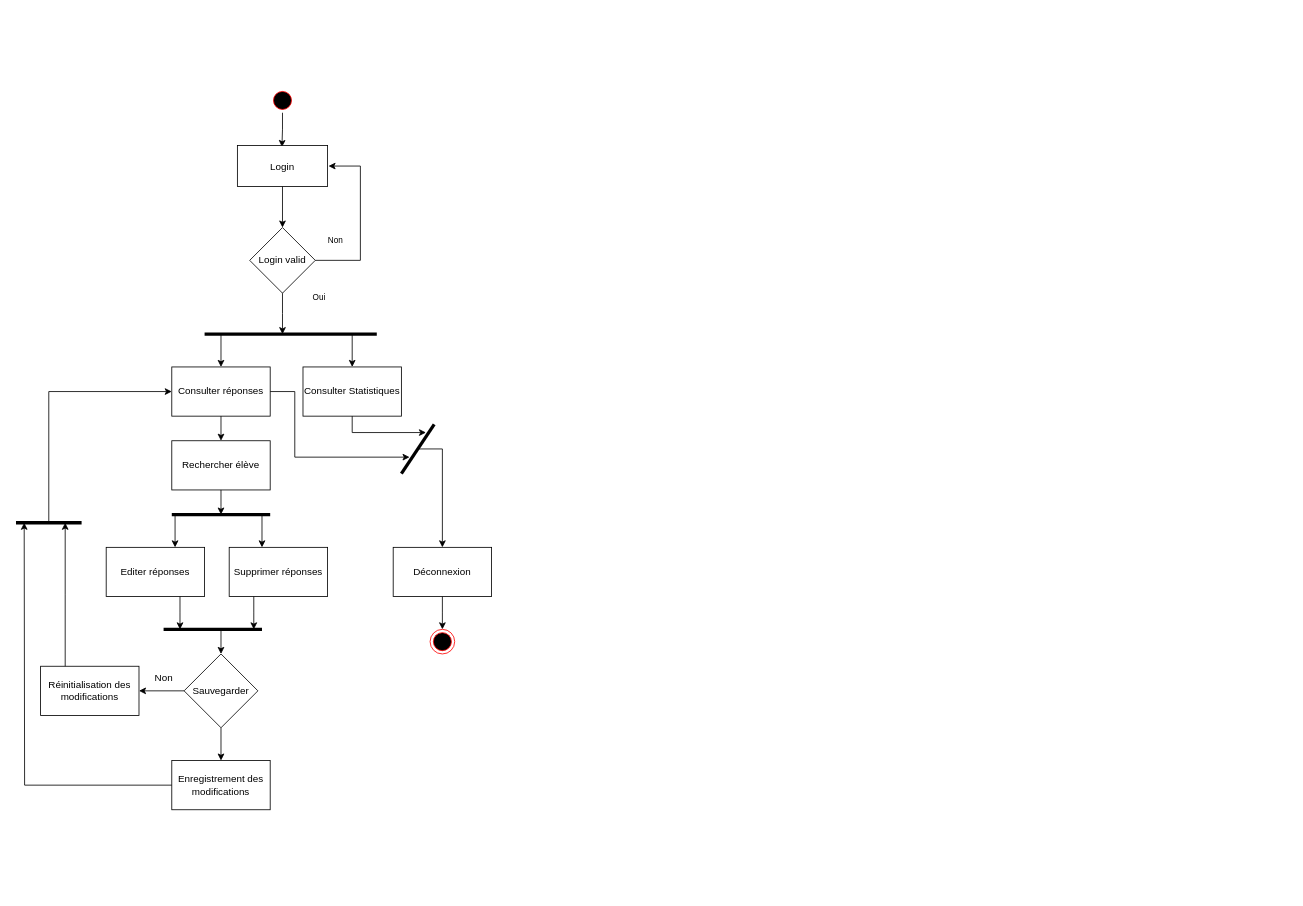
Before: DiagrameDActivite3.drawio in Devetik/Diagrammes, a draw.io diagram. Source tidied: cells renumbered, new cells numbered last; positions are measured from the earlier drawing's top-left corner, leaving out a move shared by most shapes. Both pictures are drawn from the tidied source at 82%, with x=0, y=0 at pixel (16, 88).
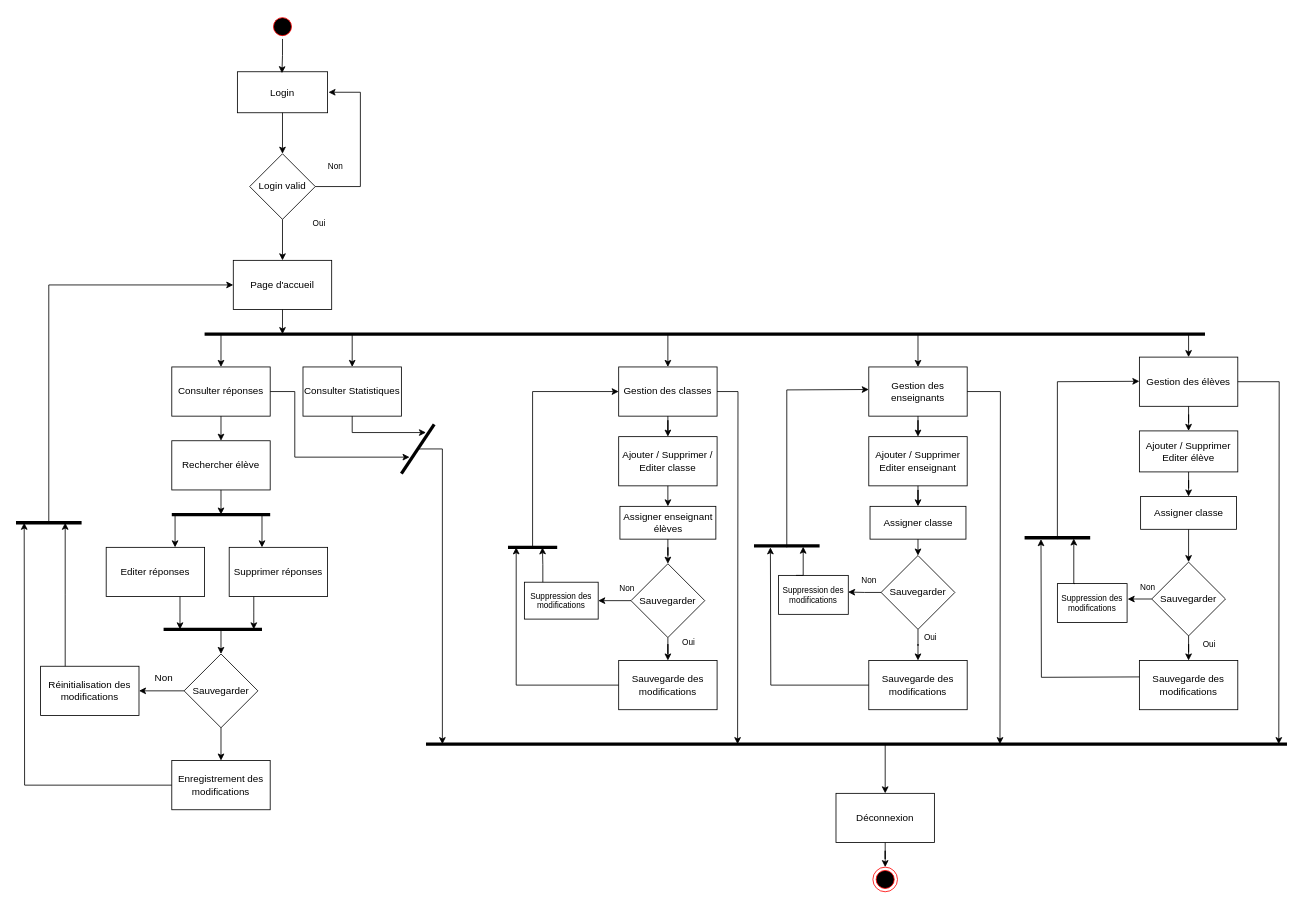
The same page after the edit.

The change refers to these unchanged cells:
```xml
<mxCell id="8" value="Consulter réponses" style="rounded=0;whiteSpace=wrap;html=1;fillColor=none;" parent="1" vertex="1">
  <mxGeometry x="190" y="340" width="120" height="60" as="geometry" />
</mxCell>
```

The edit, as a diff of the source:
```diff
@@
     <mxCell id="2" style="ellipse;shape=startState;fillColor=#000000;strokeColor=#ff0000;" parent="1" vertex="1">
-      <mxGeometry x="310" width="30" height="30" as="geometry" />
+      <mxGeometry x="310" y="-90" width="30" height="30" as="geometry" />
     </mxCell>
-    <mxCell id="3" style="edgeStyle=orthogonalEdgeStyle;rounded=0;jettySize=auto;html=1;strokeWidth=1;" parent="1" edge="1" source="4">
-      <mxGeometry relative="1" as="geometry">
-        <mxPoint x="325" y="300" as="targetPoint" />
-      </mxGeometry>
-    </mxCell>
+    <mxCell id="45" style="edgeStyle=orthogonalEdgeStyle;rounded=0;jettySize=auto;html=1;entryX=0.5;entryY=0;entryDx=0;entryDy=0;" parent="1" edge="1" source="4" target="48">
+      <mxGeometry relative="1" as="geometry" />
+    </mxCell>
     <mxCell id="4" value="Login valid" style="rhombus;whiteSpace=wrap;html=1;fontColor=default;fillColor=none;" parent="1" vertex="1">
-      <mxGeometry x="285" y="170" width="80" height="80" as="geometry" />
+      <mxGeometry x="285" y="80" width="80" height="80" as="geometry" />
     </mxCell>
     <mxCell id="5" value="&lt;font style=&quot;font-size: 10px;&quot;&gt;Non&lt;/font&gt;" style="text;html=1;strokeColor=none;fillColor=none;align=center;verticalAlign=middle;whiteSpace=wrap;rounded=0;fontColor=default;" parent="1" vertex="1">
-      <mxGeometry x="360" y="170" width="60" height="30" as="geometry" />
+      <mxGeometry x="360" y="80" width="60" height="30" as="geometry" />
     </mxCell>
     <mxCell id="6" value="&lt;font style=&quot;font-size: 10px;&quot;&gt;Oui&lt;/font&gt;" style="text;html=1;strokeColor=none;fillColor=none;align=center;verticalAlign=middle;whiteSpace=wrap;rounded=0;fontColor=default;" parent="1" vertex="1">
-      <mxGeometry x="340" y="240" width="60" height="30" as="geometry" />
+      <mxGeometry x="340" y="150" width="60" height="30" as="geometry" />
     </mxCell>
@@
     <mxCell id="11" style="endArrow=none;html=1;rounded=0;strokeWidth=4;" parent="1" edge="1">
       <mxGeometry relative="1" as="geometry">
         <mxPoint x="230" y="300" as="sourcePoint" />
-        <mxPoint x="440" y="300" as="targetPoint" />
+        <mxPoint x="1450" y="300" as="targetPoint" />
       </mxGeometry>
     </mxCell>
@@
-    <mxCell id="13" value="Login" parent="1" vertex="1">
-      <mxGeometry x="270" y="70" width="110" height="50" as="geometry" />
+    <mxCell id="13" value="Login" style="fillColor=none;" parent="1" vertex="1">
+      <mxGeometry x="270" y="-20" width="110" height="50" as="geometry" />
     </mxCell>
@@
     <mxCell id="15" style="edgeStyle=orthogonalEdgeStyle;rounded=0;jettySize=auto;html=1;fontColor=default;exitX=1;exitY=0.5;exitDx=0;exitDy=0;entryX=1.01;entryY=0.5;entryDx=0;entryDy=0;entryPerimeter=0;" parent="1" edge="1" source="4" target="13">
       <mxGeometry relative="1" as="geometry">
         <Array as="points">
-          <mxPoint x="420" y="210" />
-          <mxPoint x="420" y="95" />
+          <mxPoint x="420" y="120" />
+          <mxPoint x="420" y="5" />
         </Array>
       </mxGeometry>
     </mxCell>
@@
-    <mxCell id="38" style="endArrow=classic;html=1;rounded=0;strokeWidth=1;entryX=0;entryY=0.5;entryDx=0;entryDy=0;" parent="1" edge="1" target="8">
+    <mxCell id="38" style="endArrow=classic;html=1;rounded=0;strokeWidth=1;entryX=0;entryY=0.5;entryDx=0;entryDy=0;" parent="1" edge="1" target="48">
       <mxGeometry relative="1" as="geometry">
         <mxPoint x="40" y="530" as="sourcePoint" />
         <Array as="points">
-          <mxPoint x="40" y="370" />
+          <mxPoint x="40" y="240" />
         </Array>
       </mxGeometry>
     </mxCell>
@@
-    <mxCell id="41" style="edgeStyle=orthogonalEdgeStyle;rounded=0;jettySize=auto;html=1;strokeWidth=1;" parent="1" edge="1" source="42">
-      <mxGeometry relative="1" as="geometry">
-        <mxPoint x="520" y="660" as="targetPoint" />
-      </mxGeometry>
-    </mxCell>
+    <mxCell id="46" style="edgeStyle=orthogonalEdgeStyle;rounded=0;jettySize=auto;html=1;entryX=0.5;entryY=0;entryDx=0;entryDy=0;fontSize=10;" parent="1" edge="1" source="42" target="44">
+      <mxGeometry relative="1" as="geometry" />
+    </mxCell>
     <mxCell id="42" value="Déconnexion" style="rounded=0;whiteSpace=wrap;html=1;fillColor=none;" parent="1" vertex="1">
-      <mxGeometry x="460" y="560" width="120" height="60" as="geometry" />
+      <mxGeometry x="1000" y="860" width="120" height="60" as="geometry" />
     </mxCell>
-    <mxCell id="43" style="endArrow=classic;html=1;rounded=0;strokeWidth=1;entryX=0.5;entryY=0;entryDx=0;entryDy=0;" parent="1" edge="1" target="42">
+    <mxCell id="43" style="endArrow=classic;html=1;rounded=0;strokeWidth=1;" parent="1" edge="1">
       <mxGeometry relative="1" as="geometry">
         <mxPoint x="490" y="440" as="sourcePoint" />
+        <mxPoint x="520" y="800" as="targetPoint" />
         <Array as="points">
           <mxPoint x="520" y="440" />
         </Array>
       </mxGeometry>
     </mxCell>
     <mxCell id="44" style="ellipse;html=1;shape=endState;fillColor=#000000;strokeColor=#ff0000;" parent="1" vertex="1">
-      <mxGeometry x="505" y="660" width="30" height="30" as="geometry" />
+      <mxGeometry x="1045" y="950" width="30" height="30" as="geometry" />
     </mxCell>
+    <mxCell id="47" style="edgeStyle=orthogonalEdgeStyle;rounded=0;jettySize=auto;html=1;" parent="1" edge="1" source="48">
+      <mxGeometry relative="1" as="geometry">
+        <mxPoint x="325" y="300" as="targetPoint" />
+      </mxGeometry>
+    </mxCell>
+    <mxCell id="48" value="Page d'accueil" style="rounded=0;whiteSpace=wrap;html=1;fillColor=none;" parent="1" vertex="1">
+      <mxGeometry x="265" y="210" width="120" height="60" as="geometry" />
+    </mxCell>
+    <mxCell id="49" style="edgeStyle=orthogonalEdgeStyle;rounded=0;jettySize=auto;html=1;" parent="1" edge="1" source="51" target="59">
+      <mxGeometry relative="1" as="geometry" />
+    </mxCell>
+    <mxCell id="50" style="edgeStyle=orthogonalEdgeStyle;rounded=0;jettySize=auto;html=1;fontSize=10;" parent="1" edge="1" source="51">
+      <mxGeometry relative="1" as="geometry">
+        <mxPoint x="880" y="800" as="targetPoint" />
+      </mxGeometry>
+    </mxCell>
+    <mxCell id="51" value="Gestion des classes" style="rounded=0;whiteSpace=wrap;html=1;fillColor=none;" parent="1" vertex="1">
+      <mxGeometry x="735" y="340" width="120" height="60" as="geometry" />
+    </mxCell>
+    <mxCell id="52" style="edgeStyle=orthogonalEdgeStyle;rounded=0;jettySize=auto;html=1;" parent="1" edge="1" source="54" target="64">
+      <mxGeometry relative="1" as="geometry" />
+    </mxCell>
+    <mxCell id="53" style="edgeStyle=orthogonalEdgeStyle;rounded=0;jettySize=auto;html=1;fontSize=10;" parent="1" edge="1" source="54">
+      <mxGeometry relative="1" as="geometry">
+        <mxPoint x="1200" y="800" as="targetPoint" />
+      </mxGeometry>
+    </mxCell>
+    <mxCell id="54" value="Gestion des enseignants" style="rounded=0;whiteSpace=wrap;html=1;fillColor=none;" parent="1" vertex="1">
+      <mxGeometry x="1040" y="340" width="120" height="60" as="geometry" />
+    </mxCell>
+    <mxCell id="55" style="edgeStyle=orthogonalEdgeStyle;rounded=0;jettySize=auto;html=1;" parent="1" edge="1" source="57" target="66">
+      <mxGeometry relative="1" as="geometry" />
+    </mxCell>
+    <mxCell id="56" style="edgeStyle=orthogonalEdgeStyle;rounded=0;jettySize=auto;html=1;fontSize=10;" parent="1" edge="1" source="57">
+      <mxGeometry relative="1" as="geometry">
+        <mxPoint x="1540" y="800" as="targetPoint" />
+      </mxGeometry>
+    </mxCell>
+    <mxCell id="57" value="Gestion des élèves" style="rounded=0;whiteSpace=wrap;html=1;fillColor=none;" parent="1" vertex="1">
+      <mxGeometry x="1370" y="328" width="120" height="60" as="geometry" />
+    </mxCell>
+    <mxCell id="58" style="edgeStyle=orthogonalEdgeStyle;rounded=0;jettySize=auto;html=1;exitX=0.5;exitY=1;exitDx=0;exitDy=0;entryX=0.5;entryY=0;entryDx=0;entryDy=0;fontSize=10;" parent="1" edge="1" source="59" target="102">
+      <mxGeometry relative="1" as="geometry" />
+    </mxCell>
+    <mxCell id="59" value="Ajouter / Supprimer / Editer classe" style="whiteSpace=wrap;html=1;fillColor=none;strokeColor=rgb(0, 0, 0);fontColor=rgb(0, 0, 0);rounded=0;" parent="1" vertex="1">
+      <mxGeometry x="735" y="425" width="120" height="60" as="geometry" />
+    </mxCell>
+    <mxCell id="60" style="edgeStyle=orthogonalEdgeStyle;rounded=0;jettySize=auto;html=1;" parent="1" edge="1" source="62" target="74">
+      <mxGeometry relative="1" as="geometry" />
+    </mxCell>
+    <mxCell id="61" style="edgeStyle=orthogonalEdgeStyle;rounded=0;jettySize=auto;html=1;entryX=1;entryY=0.5;entryDx=0;entryDy=0;fontSize=10;" parent="1" edge="1" source="62" target="85">
+      <mxGeometry relative="1" as="geometry" />
+    </mxCell>
+    <mxCell id="62" value="Sauvegarder" style="rhombus;whiteSpace=wrap;html=1;fillColor=none;" parent="1" vertex="1">
+      <mxGeometry x="750" y="580" width="90" height="90" as="geometry" />
+    </mxCell>
+    <mxCell id="63" style="edgeStyle=orthogonalEdgeStyle;rounded=0;jettySize=auto;html=1;entryX=0.5;entryY=0;entryDx=0;entryDy=0;fontSize=10;" parent="1" edge="1" source="64" target="100">
+      <mxGeometry relative="1" as="geometry" />
+    </mxCell>
+    <mxCell id="64" value="Ajouter / Supprimer Editer enseignant" style="whiteSpace=wrap;html=1;fillColor=none;strokeColor=rgb(0, 0, 0);fontColor=rgb(0, 0, 0);rounded=0;" parent="1" vertex="1">
+      <mxGeometry x="1040" y="425" width="120" height="60" as="geometry" />
+    </mxCell>
+    <mxCell id="65" style="edgeStyle=orthogonalEdgeStyle;rounded=0;jettySize=auto;html=1;entryX=0.5;entryY=0;entryDx=0;entryDy=0;fontSize=10;" parent="1" edge="1" source="66" target="98">
+      <mxGeometry relative="1" as="geometry" />
+    </mxCell>
+    <mxCell id="66" value="Ajouter / Supprimer Editer élève" style="whiteSpace=wrap;html=1;fillColor=none;strokeColor=rgb(0, 0, 0);fontColor=rgb(0, 0, 0);rounded=0;" parent="1" vertex="1">
+      <mxGeometry x="1370" y="418" width="120" height="50" as="geometry" />
+    </mxCell>
+    <mxCell id="67" style="edgeStyle=orthogonalEdgeStyle;rounded=0;jettySize=auto;html=1;" parent="1" edge="1" source="69" target="76">
+      <mxGeometry relative="1" as="geometry" />
+    </mxCell>
+    <mxCell id="68" style="edgeStyle=orthogonalEdgeStyle;rounded=0;jettySize=auto;html=1;entryX=0.997;entryY=0.428;entryDx=0;entryDy=0;fontSize=10;entryPerimeter=0;" parent="1" edge="1" source="69" target="89">
+      <mxGeometry relative="1" as="geometry" />
+    </mxCell>
+    <mxCell id="69" value="Sauvegarder" style="rhombus;whiteSpace=wrap;html=1;fillColor=none;" parent="1" vertex="1">
+      <mxGeometry x="1055" y="570" width="90" height="90" as="geometry" />
+    </mxCell>
+    <mxCell id="70" style="edgeStyle=orthogonalEdgeStyle;rounded=0;jettySize=auto;html=1;entryX=0.5;entryY=0;entryDx=0;entryDy=0;" parent="1" edge="1" source="72" target="77">
+      <mxGeometry relative="1" as="geometry" />
+    </mxCell>
+    <mxCell id="71" style="edgeStyle=orthogonalEdgeStyle;rounded=0;jettySize=auto;html=1;entryX=1.008;entryY=0.398;entryDx=0;entryDy=0;entryPerimeter=0;fontSize=10;" parent="1" edge="1" source="72" target="94">
+      <mxGeometry relative="1" as="geometry" />
+    </mxCell>
+    <mxCell id="72" value="Sauvegarder" style="rhombus;whiteSpace=wrap;html=1;fillColor=none;" parent="1" vertex="1">
+      <mxGeometry x="1385" y="578" width="90" height="90" as="geometry" />
+    </mxCell>
+    <mxCell id="73" style="edgeStyle=orthogonalEdgeStyle;rounded=0;jettySize=auto;html=1;fontSize=10;" parent="1" edge="1" source="74">
+      <mxGeometry relative="1" as="geometry">
+        <mxPoint x="610" y="560" as="targetPoint" />
+        <Array as="points">
+          <mxPoint x="610" y="728" />
+        </Array>
+      </mxGeometry>
+    </mxCell>
+    <mxCell id="74" value="Sauvegarde des modifications" style="whiteSpace=wrap;html=1;fillColor=none;strokeColor=rgb(0, 0, 0);fontColor=rgb(0, 0, 0);" parent="1" vertex="1">
+      <mxGeometry x="735" y="698" width="120" height="60" as="geometry" />
+    </mxCell>
+    <mxCell id="75" style="edgeStyle=orthogonalEdgeStyle;rounded=0;jettySize=auto;html=1;fontSize=10;" parent="1" edge="1" source="76">
+      <mxGeometry relative="1" as="geometry">
+        <mxPoint x="920" y="560" as="targetPoint" />
+      </mxGeometry>
+    </mxCell>
+    <mxCell id="76" value="Sauvegarde des modifications" style="whiteSpace=wrap;html=1;fillColor=none;strokeColor=rgb(0, 0, 0);fontColor=rgb(0, 0, 0);" parent="1" vertex="1">
+      <mxGeometry x="1040" y="698" width="120" height="60" as="geometry" />
+    </mxCell>
+    <mxCell id="77" value="Sauvegarde des modifications" style="whiteSpace=wrap;html=1;fillColor=none;strokeColor=rgb(0, 0, 0);fontColor=rgb(0, 0, 0);" parent="1" vertex="1">
+      <mxGeometry x="1370" y="698" width="120" height="60" as="geometry" />
+    </mxCell>
+    <mxCell id="78" value="&lt;font style=&quot;font-size: 10px;&quot;&gt;Non&lt;/font&gt;" style="text;html=1;align=center;verticalAlign=middle;strokeColor=none;fillColor=none;" parent="1" vertex="1">
+      <mxGeometry x="730" y="600" width="30" height="20" as="geometry" />
+    </mxCell>
+    <mxCell id="79" value="&lt;font style=&quot;font-size: 10px;&quot;&gt;Non&lt;/font&gt;" style="text;html=1;align=center;verticalAlign=middle;strokeColor=none;fillColor=none;" parent="1" vertex="1">
+      <mxGeometry x="1025" y="590" width="30" height="20" as="geometry" />
+    </mxCell>
+    <mxCell id="80" value="&lt;font style=&quot;font-size: 10px;&quot;&gt;Non&lt;/font&gt;" style="text;html=1;align=center;verticalAlign=middle;strokeColor=none;fillColor=none;" parent="1" vertex="1">
+      <mxGeometry x="1365" y="598" width="30" height="20" as="geometry" />
+    </mxCell>
+    <mxCell id="81" value="&lt;font style=&quot;font-size: 10px;&quot;&gt;Oui&lt;/font&gt;" style="text;html=1;align=center;verticalAlign=middle;strokeColor=none;fillColor=none;" parent="1" vertex="1">
+      <mxGeometry x="805" y="665" width="30" height="20" as="geometry" />
+    </mxCell>
+    <mxCell id="82" value="&lt;font style=&quot;font-size: 10px;&quot;&gt;Oui&lt;/font&gt;" style="text;html=1;align=center;verticalAlign=middle;strokeColor=none;fillColor=none;" parent="1" vertex="1">
+      <mxGeometry x="1100" y="660" width="30" height="20" as="geometry" />
+    </mxCell>
+    <mxCell id="83" value="&lt;font style=&quot;font-size: 10px;&quot;&gt;Oui&lt;/font&gt;" style="text;html=1;align=center;verticalAlign=middle;strokeColor=none;fillColor=none;" parent="1" vertex="1">
+      <mxGeometry x="1440" y="668" width="30" height="20" as="geometry" />
+    </mxCell>
+    <mxCell id="84" style="edgeStyle=orthogonalEdgeStyle;rounded=0;jettySize=auto;html=1;exitX=0.25;exitY=0;exitDx=0;exitDy=0;fontSize=10;" parent="1" edge="1" source="85">
+      <mxGeometry relative="1" as="geometry">
+        <mxPoint x="642" y="560" as="targetPoint" />
+        <Array as="points">
+          <mxPoint x="642" y="581" />
+          <mxPoint x="642" y="560" />
+        </Array>
+      </mxGeometry>
+    </mxCell>
+    <mxCell id="85" value="Suppression des modifications" style="rounded=0;whiteSpace=wrap;html=1;fontSize=10;fillColor=none;" parent="1" vertex="1">
+      <mxGeometry x="620" y="602.5" width="90" height="45" as="geometry" />
+    </mxCell>
+    <mxCell id="86" style="endArrow=none;html=1;rounded=0;strokeWidth=4;" parent="1" edge="1">
+      <mxGeometry relative="1" as="geometry">
+        <mxPoint x="600" y="560" as="sourcePoint" />
+        <mxPoint x="660" y="560" as="targetPoint" />
+      </mxGeometry>
+    </mxCell>
+    <mxCell id="87" style="endArrow=classic;html=1;rounded=0;fontSize=10;entryX=0;entryY=0.5;entryDx=0;entryDy=0;" parent="1" edge="1" target="51">
+      <mxGeometry relative="1" as="geometry">
+        <mxPoint x="630" y="560" as="sourcePoint" />
+        <Array as="points">
+          <mxPoint x="630" y="370" />
+        </Array>
+      </mxGeometry>
+    </mxCell>
+    <mxCell id="88" style="edgeStyle=orthogonalEdgeStyle;rounded=0;jettySize=auto;html=1;exitX=0.25;exitY=0;exitDx=0;exitDy=0;fontSize=10;" parent="1" edge="1" source="89">
+      <mxGeometry relative="1" as="geometry">
+        <mxPoint x="960" y="559.2" as="targetPoint" />
+      </mxGeometry>
+    </mxCell>
+    <mxCell id="89" value="Suppression des modifications" style="rounded=0;whiteSpace=wrap;html=1;fontSize=10;fillColor=none;" parent="1" vertex="1">
+      <mxGeometry x="930" y="594.2" width="85" height="47.5" as="geometry" />
+    </mxCell>
+    <mxCell id="90" style="endArrow=none;html=1;rounded=0;strokeWidth=4;" parent="1" edge="1">
+      <mxGeometry relative="1" as="geometry">
+        <mxPoint x="900" y="558.3" as="sourcePoint" />
+        <mxPoint x="980" y="558.3" as="targetPoint" />
+      </mxGeometry>
+    </mxCell>
+    <mxCell id="91" style="endArrow=classic;html=1;rounded=0;fontSize=10;entryX=0;entryY=0.5;entryDx=0;entryDy=0;" parent="1" edge="1">
+      <mxGeometry relative="1" as="geometry">
+        <mxPoint x="940" y="560" as="sourcePoint" />
+        <mxPoint x="1040" y="367.5" as="targetPoint" />
+        <Array as="points">
+          <mxPoint x="940" y="368" />
+        </Array>
+      </mxGeometry>
+    </mxCell>
+    <mxCell id="92" style="edgeStyle=orthogonalEdgeStyle;rounded=0;orthogonalLoop=1;jettySize=auto;html=1;fontSize=10;" parent="1" edge="1">
+      <mxGeometry relative="1" as="geometry">
+        <mxPoint x="1370" y="718" as="sourcePoint" />
+        <mxPoint x="1250" y="550" as="targetPoint" />
+      </mxGeometry>
+    </mxCell>
+    <mxCell id="93" style="edgeStyle=orthogonalEdgeStyle;rounded=0;jettySize=auto;html=1;exitX=0.25;exitY=0;exitDx=0;exitDy=0;fontSize=10;" parent="1" edge="1" source="94">
+      <mxGeometry relative="1" as="geometry">
+        <mxPoint x="1290" y="549.2" as="targetPoint" />
+        <Array as="points">
+          <mxPoint x="1290" y="604" />
+        </Array>
+      </mxGeometry>
+    </mxCell>
+    <mxCell id="94" value="Suppression des modifications" style="rounded=0;whiteSpace=wrap;html=1;fontSize=10;fillColor=none;" parent="1" vertex="1">
+      <mxGeometry x="1270" y="604.2" width="85" height="47.5" as="geometry" />
+    </mxCell>
+    <mxCell id="95" style="endArrow=none;html=1;rounded=0;strokeWidth=4;" parent="1" edge="1">
+      <mxGeometry relative="1" as="geometry">
+        <mxPoint x="1230" y="548.3" as="sourcePoint" />
+        <mxPoint x="1310" y="548.3" as="targetPoint" />
+      </mxGeometry>
+    </mxCell>
+    <mxCell id="96" style="endArrow=classic;html=1;rounded=0;fontSize=10;entryX=0;entryY=0.5;entryDx=0;entryDy=0;" parent="1" edge="1">
+      <mxGeometry relative="1" as="geometry">
+        <mxPoint x="1270" y="550" as="sourcePoint" />
+        <mxPoint x="1370" y="357.5" as="targetPoint" />
+        <Array as="points">
+          <mxPoint x="1270" y="358" />
+        </Array>
+      </mxGeometry>
+    </mxCell>
+    <mxCell id="97" style="edgeStyle=orthogonalEdgeStyle;rounded=0;jettySize=auto;html=1;entryX=0.5;entryY=0;entryDx=0;entryDy=0;fontSize=10;" parent="1" edge="1" source="98" target="72">
+      <mxGeometry relative="1" as="geometry" />
+    </mxCell>
+    <mxCell id="98" value="Assigner classe" style="rounded=0;whiteSpace=wrap;html=1;fontSize=12;fillColor=none;" parent="1" vertex="1">
+      <mxGeometry x="1371.5" y="498" width="117" height="40" as="geometry" />
+    </mxCell>
+    <mxCell id="99" style="edgeStyle=orthogonalEdgeStyle;rounded=0;jettySize=auto;html=1;exitX=0.5;exitY=1;exitDx=0;exitDy=0;entryX=0.5;entryY=0;entryDx=0;entryDy=0;fontSize=10;" parent="1" edge="1" source="100" target="69">
+      <mxGeometry relative="1" as="geometry" />
+    </mxCell>
+    <mxCell id="100" value="Assigner classe" style="rounded=0;whiteSpace=wrap;html=1;fontSize=12;fillColor=none;" parent="1" vertex="1">
+      <mxGeometry x="1041.5" y="510" width="117" height="40" as="geometry" />
+    </mxCell>
+    <mxCell id="101" style="edgeStyle=orthogonalEdgeStyle;rounded=0;jettySize=auto;html=1;entryX=0.5;entryY=0;entryDx=0;entryDy=0;fontSize=10;" parent="1" edge="1" source="102" target="62">
+      <mxGeometry relative="1" as="geometry" />
+    </mxCell>
+    <mxCell id="102" value="Assigner enseignant élèves" style="rounded=0;whiteSpace=wrap;html=1;fontSize=12;fillColor=none;" parent="1" vertex="1">
+      <mxGeometry x="736.5" y="510" width="117" height="40" as="geometry" />
+    </mxCell>
+    <mxCell id="103" style="endArrow=classic;html=1;rounded=0;fontSize=10;entryX=0.5;entryY=0;entryDx=0;entryDy=0;" parent="1" edge="1" target="51">
+      <mxGeometry relative="1" as="geometry">
+        <mxPoint x="795" y="300" as="sourcePoint" />
+      </mxGeometry>
+    </mxCell>
+    <mxCell id="104" style="endArrow=classic;html=1;rounded=0;fontSize=10;entryX=0.5;entryY=0;entryDx=0;entryDy=0;" parent="1" edge="1" target="54">
+      <mxGeometry relative="1" as="geometry">
+        <mxPoint x="1100" y="300" as="sourcePoint" />
+      </mxGeometry>
+    </mxCell>
+    <mxCell id="105" style="endArrow=classic;html=1;rounded=0;fontSize=10;entryX=0.5;entryY=0;entryDx=0;entryDy=0;" parent="1" edge="1" target="57">
+      <mxGeometry relative="1" as="geometry">
+        <mxPoint x="1430" y="300" as="sourcePoint" />
+      </mxGeometry>
+    </mxCell>
+    <mxCell id="106" style="endArrow=none;html=1;rounded=0;strokeWidth=4;" parent="1" edge="1">
+      <mxGeometry relative="1" as="geometry">
+        <mxPoint x="500" y="800" as="sourcePoint" />
+        <mxPoint x="1550" y="800" as="targetPoint" />
+      </mxGeometry>
+    </mxCell>
+    <mxCell id="107" style="endArrow=classic;html=1;rounded=0;fontSize=10;entryX=0.5;entryY=0;entryDx=0;entryDy=0;" parent="1" edge="1" target="42">
+      <mxGeometry relative="1" as="geometry">
+        <mxPoint x="1060" y="800" as="sourcePoint" />
+      </mxGeometry>
+    </mxCell>
```
